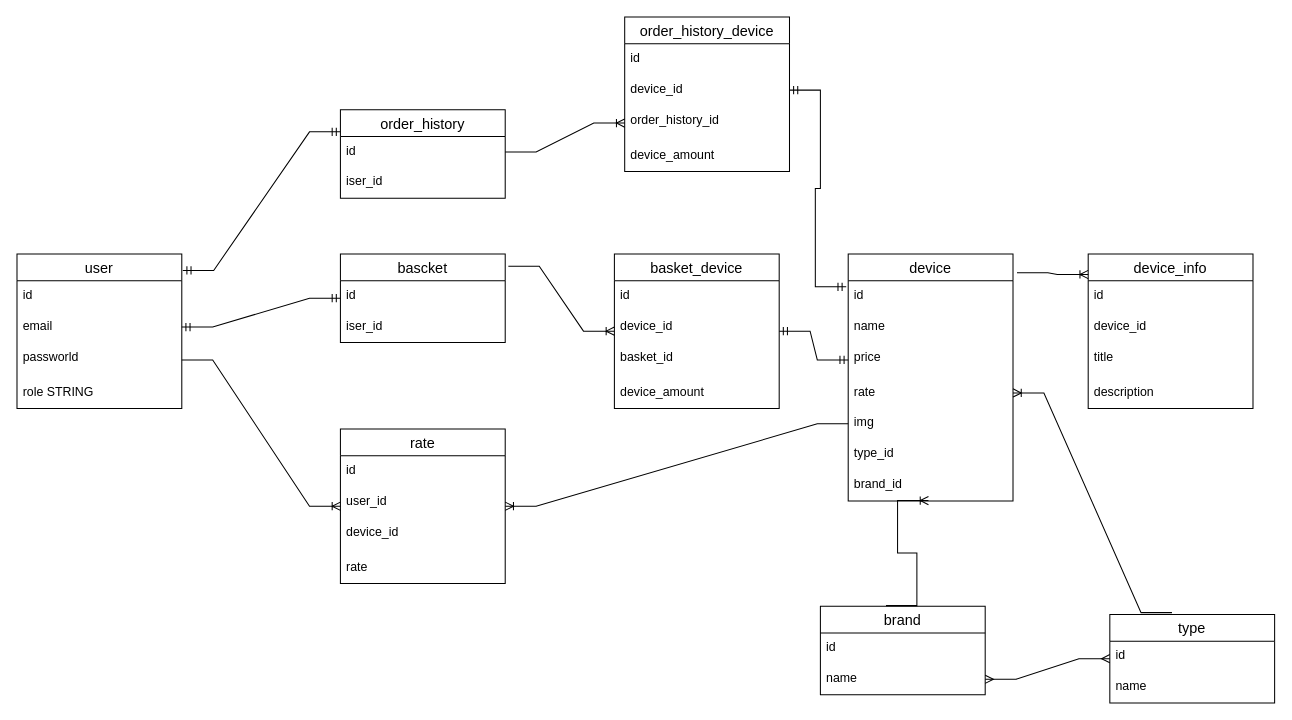
Earlier version of the draw.io diagram server/models/db_diagram.drawio (zaxel/react_simple_shop). Source tidied: cells renumbered, new cells numbered last; positions are measured from the earlier drawing's top-left corner, leaving out a move shared by most shapes. Both pictures are drawn from the tidied source at 103%, with x=0, y=0 at pixel (16, 16).
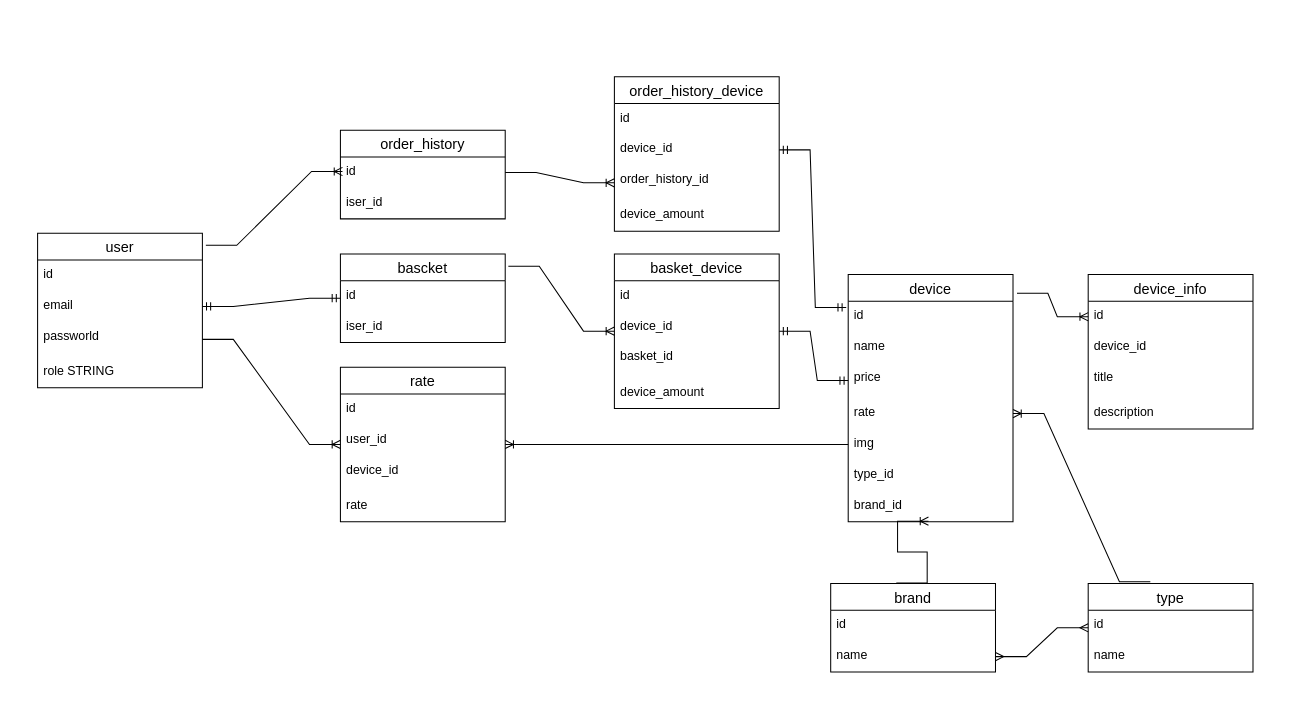
The same page after the edit.

Commit message:
relations between user and order history tables changed to oneToMany

Unchanged cells that the change refers to:
```xml
<mxCell id="29" value="id" style="text;strokeColor=none;fillColor=none;spacingLeft=4;spacingRight=4;overflow=hidden;points=[[0,0.5],[1,0.5]];portConstraint=eastwest;fontSize=12;" parent="28" vertex="1">
  <mxGeometry y="26" width="160" height="30" as="geometry" />
</mxCell>
```

What changed in the source:
```diff
@@
     <mxCell id="2" value="user" style="swimlane;fontStyle=0;horizontal=1;startSize=26;align=center;fontSize=14;" parent="1" vertex="1">
-      <mxGeometry y="230" width="160" height="150" as="geometry" />
+      <mxGeometry x="20" y="210" width="160" height="150" as="geometry" />
     </mxCell>
@@
     <mxCell id="11" value="device" style="swimlane;fontStyle=0;horizontal=1;startSize=26;align=center;fontSize=14;" parent="1" vertex="1">
-      <mxGeometry x="807" y="230" width="160" height="240" as="geometry" />
+      <mxGeometry x="807" y="250" width="160" height="240" as="geometry" />
     </mxCell>
@@
     <mxCell id="19" value="type" style="swimlane;fontStyle=0;horizontal=1;startSize=26;align=center;fontSize=14;" parent="1" vertex="1">
-      <mxGeometry x="1061" y="580" width="160" height="86" as="geometry" />
+      <mxGeometry x="1040" y="550" width="160" height="86" as="geometry" />
     </mxCell>
@@
     <mxCell id="22" value="brand" style="swimlane;fontStyle=0;horizontal=1;startSize=26;align=center;fontSize=14;" parent="1" vertex="1">
-      <mxGeometry x="780" y="572" width="160" height="86" as="geometry" />
+      <mxGeometry x="790" y="550" width="160" height="86" as="geometry" />
     </mxCell>
@@
     <mxCell id="28" value="device_info" style="swimlane;fontStyle=0;horizontal=1;startSize=26;align=center;fontSize=14;" parent="1" vertex="1">
-      <mxGeometry x="1040" y="230" width="160" height="150" as="geometry" />
+      <mxGeometry x="1040" y="250" width="160" height="150" as="geometry" />
     </mxCell>
@@
-    <mxCell id="33" style="edgeStyle=entityRelationEdgeStyle;fontSize=12;html=1;endArrow=ERoneToMany;rounded=0;exitX=1.024;exitY=0.076;exitDx=0;exitDy=0;exitPerimeter=0;" parent="1" edge="1" source="11">
-      <mxGeometry relative="1" as="geometry">
-        <mxPoint x="1040" y="250" as="targetPoint" />
-      </mxGeometry>
+    <mxCell id="33" style="edgeStyle=entityRelationEdgeStyle;fontSize=12;html=1;endArrow=ERoneToMany;rounded=0;exitX=1.024;exitY=0.076;exitDx=0;exitDy=0;exitPerimeter=0;" parent="1" edge="1" source="11" target="29">
+      <mxGeometry relative="1" as="geometry" />
     </mxCell>
@@
     <mxCell id="41" value="rate" style="swimlane;fontStyle=0;horizontal=1;startSize=26;align=center;fontSize=14;" parent="1" vertex="1">
-      <mxGeometry x="314" y="400" width="160" height="150" as="geometry" />
+      <mxGeometry x="314" y="340" width="160" height="150" as="geometry" />
     </mxCell>
@@
     <mxCell id="48" value="order_history" style="swimlane;fontStyle=0;horizontal=1;startSize=26;align=center;fontSize=14;" parent="1" vertex="1">
-      <mxGeometry x="314" y="90" width="160" height="86" as="geometry" />
+      <mxGeometry x="314" y="110" width="160" height="86" as="geometry" />
     </mxCell>
@@
     <mxCell id="51" value="order_history_device" style="swimlane;fontStyle=0;horizontal=1;startSize=26;align=center;fontSize=14;" parent="1" vertex="1">
-      <mxGeometry x="590" width="160" height="150" as="geometry" />
+      <mxGeometry x="580" y="58" width="160" height="150" as="geometry" />
     </mxCell>
@@
-    <mxCell id="56" style="edgeStyle=entityRelationEdgeStyle;fontSize=12;html=1;endArrow=ERmandOne;startArrow=ERmandOne;rounded=0;exitX=1.006;exitY=0.107;exitDx=0;exitDy=0;exitPerimeter=0;entryX=0;entryY=0.25;entryDx=0;entryDy=0;" parent="1" edge="1" source="2" target="48">
-      <mxGeometry relative="1" as="geometry" />
-    </mxCell>
@@
+    <mxCell id="59" style="edgeStyle=entityRelationEdgeStyle;fontSize=12;html=1;endArrow=ERoneToMany;rounded=0;entryX=0;entryY=0.5;entryDx=0;entryDy=0;exitX=1.021;exitY=0.078;exitDx=0;exitDy=0;exitPerimeter=0;" parent="1" edge="1" source="2">
+      <mxGeometry relative="1" as="geometry">
+        <mxPoint x="316" y="150" as="targetPoint" />
+      </mxGeometry>
+    </mxCell>
```
